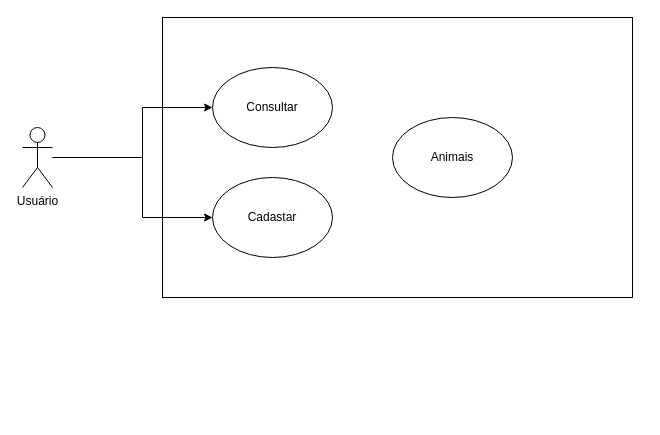
Before: Untitled Diagram.drawio in mateuscaldasbr/nwl, a draw.io diagram. Source tidied: cells renumbered, new cells numbered last; positions are measured from the earlier drawing's top-left corner, leaving out a move shared by most shapes. Both pictures are drawn from the tidied source at 100%, with x=0, y=0 at pixel (22, 17).
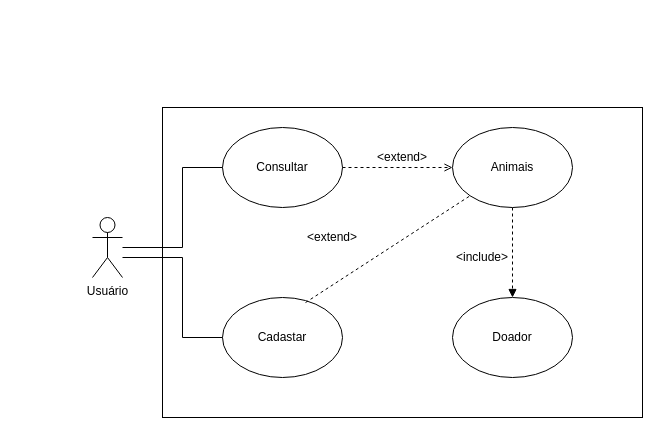
Above is the later version.

What changed in the source:
```diff
@@
     <mxCell id="2" style="rounded=0;whiteSpace=wrap;html=1;" parent="1" vertex="1">
-      <mxGeometry x="140" width="470" height="280" as="geometry" />
+      <mxGeometry x="140" y="90" width="480" height="310" as="geometry" />
     </mxCell>
     <mxCell id="3" style="ellipse;whiteSpace=wrap;html=1;" parent="1" vertex="1">
-      <mxGeometry x="190" y="160" width="120" height="80" as="geometry" />
+      <mxGeometry x="200" y="280" width="120" height="80" as="geometry" />
     </mxCell>
     <mxCell id="4" style="ellipse;whiteSpace=wrap;html=1;" parent="1" vertex="1">
-      <mxGeometry x="190" y="50" width="120" height="80" as="geometry" />
+      <mxGeometry x="200" y="110" width="120" height="80" as="geometry" />
     </mxCell>
-    <mxCell id="5" style="edgeStyle=orthogonalEdgeStyle;rounded=0;jettySize=auto;html=1;" parent="1" edge="1" source="7" target="4">
+    <mxCell id="5" style="edgeStyle=orthogonalEdgeStyle;rounded=0;jettySize=auto;html=1;endArrow=none;endFill=0;" parent="1" edge="1" source="7" target="4">
       <mxGeometry relative="1" as="geometry">
         <Array as="points">
-          <mxPoint x="120" y="140" />
-          <mxPoint x="120" y="90" />
+          <mxPoint x="160" y="230" />
+          <mxPoint x="160" y="150" />
         </Array>
       </mxGeometry>
     </mxCell>
-    <mxCell id="6" style="edgeStyle=orthogonalEdgeStyle;rounded=0;jettySize=auto;html=1;" parent="1" edge="1" source="7" target="3">
+    <mxCell id="6" style="edgeStyle=orthogonalEdgeStyle;rounded=0;jettySize=auto;html=1;endArrow=none;endFill=0;" parent="1" edge="1" source="7" target="3">
       <mxGeometry relative="1" as="geometry">
         <Array as="points">
-          <mxPoint x="120" y="140" />
-          <mxPoint x="120" y="200" />
+          <mxPoint x="160" y="240" />
+          <mxPoint x="160" y="320" />
         </Array>
       </mxGeometry>
     </mxCell>
     <mxCell id="7" value="&lt;div&gt;Usuário&lt;/div&gt;" style="shape=umlActor;verticalLabelPosition=bottom;verticalAlign=top;html=1;outlineConnect=0;" parent="1" vertex="1">
-      <mxGeometry y="110" width="30" height="60" as="geometry" />
+      <mxGeometry x="70" y="200" width="30" height="60" as="geometry" />
     </mxCell>
     <mxCell id="8" value="&lt;div&gt;Consultar&lt;/div&gt;" style="text;html=1;strokeColor=none;fillColor=none;align=center;verticalAlign=middle;whiteSpace=wrap;rounded=0;" parent="1" vertex="1">
-      <mxGeometry x="230" y="80" width="40" height="20" as="geometry" />
+      <mxGeometry x="240" y="140" width="40" height="20" as="geometry" />
     </mxCell>
     <mxCell id="9" value="&lt;div&gt;Cadastar&lt;/div&gt;" style="text;html=1;strokeColor=none;fillColor=none;align=center;verticalAlign=middle;whiteSpace=wrap;rounded=0;" parent="1" vertex="1">
-      <mxGeometry x="230" y="190" width="40" height="20" as="geometry" />
+      <mxGeometry x="240" y="310" width="40" height="20" as="geometry" />
     </mxCell>
+    <mxCell id="12" style="edgeStyle=orthogonalEdgeStyle;rounded=0;jettySize=auto;html=1;dashed=1;endArrow=block;endFill=1;entryX=0.5;entryY=0;entryDx=0;entryDy=0;exitX=0.5;exitY=1;exitDx=0;exitDy=0;" parent="1" edge="1" source="10" target="13">
+      <mxGeometry relative="1" as="geometry" />
+    </mxCell>
     <mxCell id="10" style="ellipse;whiteSpace=wrap;html=1;" parent="1" vertex="1">
-      <mxGeometry x="370" y="100" width="120" height="80" as="geometry" />
+      <mxGeometry x="430" y="110" width="120" height="80" as="geometry" />
     </mxCell>
     <mxCell id="11" value="&lt;div&gt;Animais&lt;/div&gt;" style="text;html=1;strokeColor=none;fillColor=none;align=center;verticalAlign=middle;whiteSpace=wrap;rounded=0;" parent="1" vertex="1">
-      <mxGeometry x="410" y="130" width="40" height="20" as="geometry" />
+      <mxGeometry x="470" y="140" width="40" height="20" as="geometry" />
     </mxCell>
+    <mxCell id="13" style="ellipse;whiteSpace=wrap;html=1;" parent="1" vertex="1">
+      <mxGeometry x="430" y="280" width="120" height="80" as="geometry" />
+    </mxCell>
+    <mxCell id="14" value="&lt;div&gt;Doador&lt;/div&gt;" style="text;html=1;strokeColor=none;fillColor=none;align=center;verticalAlign=middle;whiteSpace=wrap;rounded=0;" parent="1" vertex="1">
+      <mxGeometry x="470" y="310" width="40" height="20" as="geometry" />
+    </mxCell>
+    <mxCell id="15" style="endArrow=open;dashed=1;html=1;endFill=0;" parent="1" edge="1" source="4" target="10">
+      <mxGeometry relative="1" as="geometry" />
+    </mxCell>
+    <mxCell id="16" value="&amp;lt;extend&amp;gt;" style="text;html=1;strokeColor=none;fillColor=none;align=center;verticalAlign=middle;whiteSpace=wrap;rounded=0;" parent="1" vertex="1">
+      <mxGeometry x="360" y="130" width="40" height="20" as="geometry" />
+    </mxCell>
+    <mxCell id="17" value="&amp;lt;extend&amp;gt;" style="text;html=1;strokeColor=none;fillColor=none;align=center;verticalAlign=middle;whiteSpace=wrap;rounded=0;" parent="1" vertex="1">
+      <mxGeometry x="290" y="210" width="40" height="20" as="geometry" />
+    </mxCell>
+    <mxCell id="18" value="&amp;lt;include&amp;gt;" style="text;html=1;strokeColor=none;fillColor=none;align=center;verticalAlign=middle;whiteSpace=wrap;rounded=0;" parent="1" vertex="1">
+      <mxGeometry x="440" y="230" width="40" height="20" as="geometry" />
+    </mxCell>
+    <mxCell id="19" style="endArrow=none;dashed=1;html=1;exitX=0.692;exitY=0.063;exitDx=0;exitDy=0;exitPerimeter=0;entryX=0;entryY=1;entryDx=0;entryDy=0;" parent="1" edge="1" source="3" target="10">
+      <mxGeometry relative="1" as="geometry" />
+    </mxCell>
```
